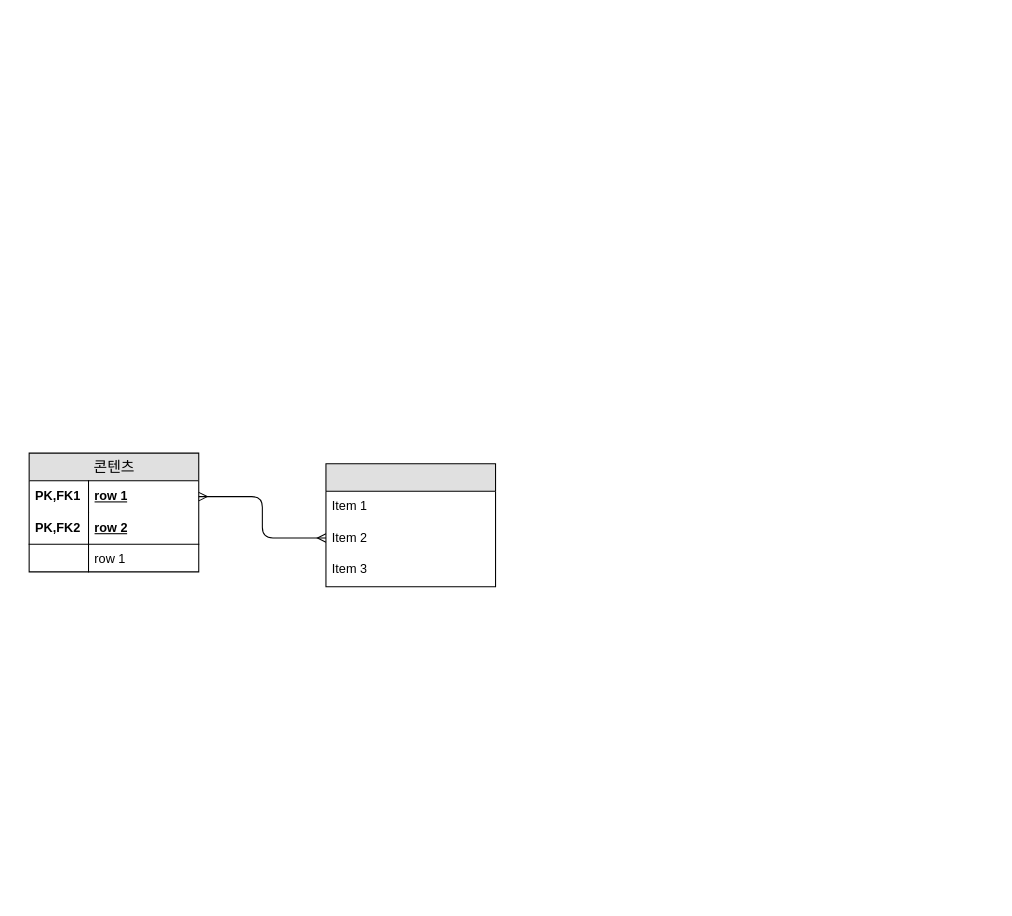
The draw.io diagram 제목 없는 다이어그램.drawio in msgggg1/Netflix-DB-modeling, before the edit. Source tidied: cells renumbered, new cells numbered last; positions are measured from the earlier drawing's top-left corner, leaving out a move shared by most shapes. Both pictures are drawn from the tidied source at 106%, with x=0, y=0 at pixel (29, 453).
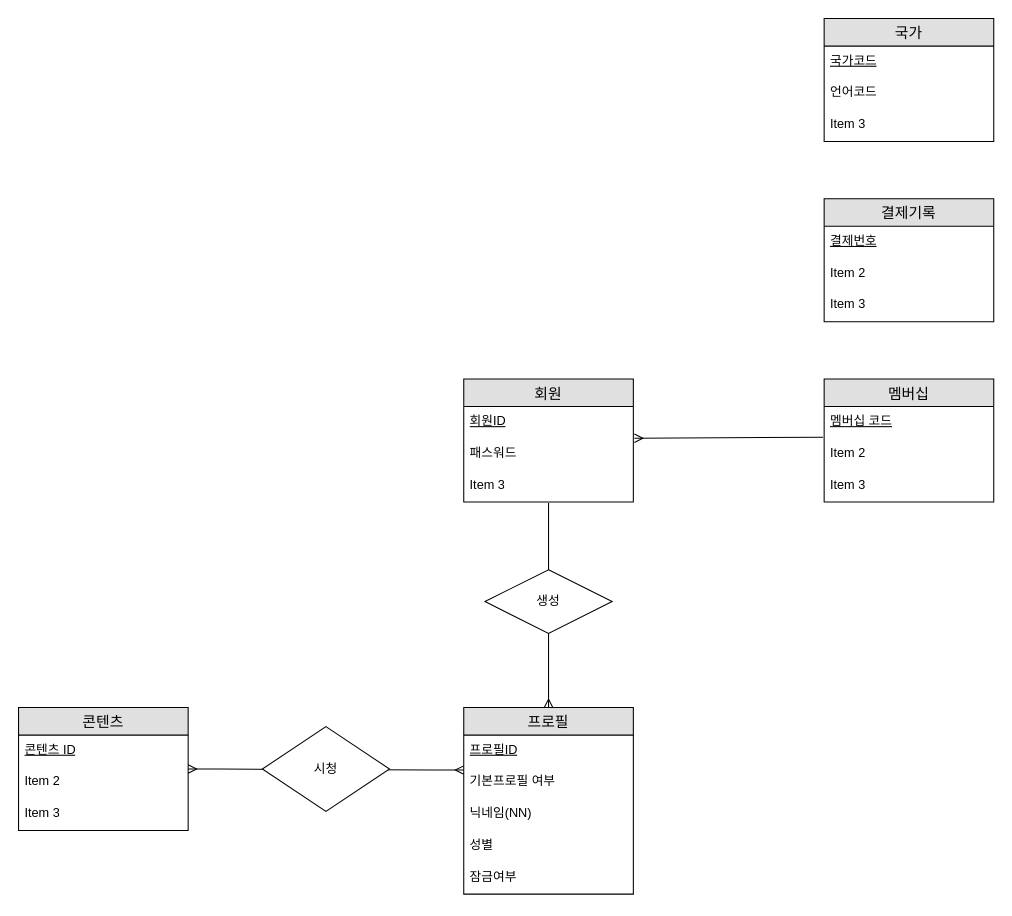
After the change.

Commit message:
제목 없는 다이어그램.drawio 업데이트

The edit, as a diff of the source:
```diff
@@
-    <mxCell id="2" value="콘텐츠" style="swimlane;html=1;fontStyle=0;horizontal=1;startSize=26;fillColor=#e0e0e0;swimlaneFillColor=#ffffff;align=center;rounded=0;shadow=0;comic=0;labelBackgroundColor=none;strokeWidth=1;fontFamily=Verdana;fontSize=14;" parent="1" vertex="1">
-      <mxGeometry width="160" height="112" as="geometry" />
-    </mxCell>
-    <mxCell id="3" value="row 1" style="shape=partialRectangle;top=0;left=0;right=0;bottom=0;html=1;align=left;verticalAlign=middle;fillColor=none;spacingLeft=60;spacingRight=4;whiteSpace=wrap;overflow=hidden;points=[[0,0.5],[1,0.5]];portConstraint=eastwest;fontStyle=5;" parent="2" vertex="1">
-      <mxGeometry y="26" width="160" height="30" as="geometry" />
-    </mxCell>
-    <mxCell id="4" value="PK,FK1" style="shape=partialRectangle;fontStyle=1;top=0;left=0;bottom=0;html=1;fillColor=none;align=left;verticalAlign=middle;spacingLeft=4;spacingRight=4;whiteSpace=wrap;overflow=hidden;" parent="3" vertex="1">
-      <mxGeometry width="56" height="30" as="geometry" />
-    </mxCell>
-    <mxCell id="5" value="row 2" style="shape=partialRectangle;top=0;left=0;right=0;bottom=1;html=1;align=left;verticalAlign=middle;fillColor=none;spacingLeft=60;spacingRight=4;whiteSpace=wrap;overflow=hidden;fontStyle=5;" parent="2" vertex="1">
-      <mxGeometry y="56" width="160" height="30" as="geometry" />
-    </mxCell>
-    <mxCell id="6" value="PK,FK2" style="shape=partialRectangle;fontStyle=1;top=0;left=0;bottom=0;html=1;fillColor=none;align=left;verticalAlign=middle;spacingLeft=4;spacingRight=4;whiteSpace=wrap;overflow=hidden;" parent="5" vertex="1">
-      <mxGeometry width="56" height="30" as="geometry" />
-    </mxCell>
-    <mxCell id="7" value="row 1" style="shape=partialRectangle;top=0;left=0;right=0;bottom=0;html=1;align=left;verticalAlign=top;fillColor=none;spacingLeft=60;spacingRight=4;whiteSpace=wrap;overflow=hidden;" parent="2" vertex="1">
-      <mxGeometry y="86" width="160" height="26" as="geometry" />
-    </mxCell>
-    <mxCell id="8" style="shape=partialRectangle;top=0;left=0;bottom=0;html=1;fillColor=none;align=left;verticalAlign=top;spacingLeft=4;spacingRight=4;whiteSpace=wrap;overflow=hidden;" parent="7" vertex="1">
-      <mxGeometry width="56" height="26" as="geometry" />
-    </mxCell>
-    <mxCell id="9" style="edgeStyle=orthogonalEdgeStyle;html=1;endArrow=ERmany;startArrow=ERmany;labelBackgroundColor=none;fontFamily=Verdana;fontSize=14;entryX=1;entryY=0.5;exitX=0;exitY=0.383;exitPerimeter=0;" parent="1" edge="1" target="3">
-      <mxGeometry relative="1" as="geometry">
-        <mxPoint x="280" y="80" as="sourcePoint" />
-        <Array as="points">
-          <mxPoint x="220" y="80" />
-          <mxPoint x="220" y="41" />
-        </Array>
-      </mxGeometry>
-    </mxCell>
-    <mxCell id="10" style="swimlane;fontStyle=0;horizontal=1;startSize=26;align=center;fontSize=14;textShadow=0;fillColor=light-dark(#e0e0e0, #ededed);" parent="1" vertex="1">
-      <mxGeometry x="280" y="10" width="160" height="116" as="geometry" />
+    <mxCell id="10" value="회원" style="swimlane;fontStyle=0;horizontal=1;startSize=26;align=center;fontSize=14;textShadow=0;fillColor=light-dark(#e0e0e0, #ededed);" parent="1" vertex="1">
+      <mxGeometry x="410" y="-70" width="160" height="116" as="geometry" />
     </mxCell>
-    <mxCell id="11" value="Item 1" style="text;strokeColor=none;fillColor=none;spacingLeft=4;spacingRight=4;overflow=hidden;points=[[0,0.5],[1,0.5]];portConstraint=eastwest;fontSize=12;whiteSpace=wrap;html=1;" parent="10" vertex="1">
+    <mxCell id="11" value="&lt;u&gt;회원ID&lt;/u&gt;" style="text;strokeColor=none;fillColor=none;spacingLeft=4;spacingRight=4;overflow=hidden;points=[[0,0.5],[1,0.5]];portConstraint=eastwest;fontSize=12;whiteSpace=wrap;html=1;" parent="10" vertex="1">
       <mxGeometry y="26" width="160" height="30" as="geometry" />
     </mxCell>
-    <mxCell id="12" value="Item 2" style="text;strokeColor=none;fillColor=none;spacingLeft=4;spacingRight=4;overflow=hidden;fontSize=12;whiteSpace=wrap;html=1;" parent="10" vertex="1">
+    <mxCell id="12" value="패스워드" style="text;strokeColor=none;fillColor=none;spacingLeft=4;spacingRight=4;overflow=hidden;fontSize=12;whiteSpace=wrap;html=1;" parent="10" vertex="1">
       <mxGeometry y="56" width="160" height="30" as="geometry" />
     </mxCell>
@@
+    <mxCell id="2" value="콘텐츠" style="swimlane;fontStyle=0;horizontal=1;startSize=26;align=center;fontSize=14;textShadow=0;fillColor=light-dark(#e0e0e0, #ededed);" parent="1" vertex="1">
+      <mxGeometry x="-10" y="240" width="160" height="116" as="geometry" />
+    </mxCell>
+    <mxCell id="14" value="&lt;u&gt;콘텐츠 ID&lt;/u&gt;" style="text;strokeColor=none;fillColor=none;spacingLeft=4;spacingRight=4;overflow=hidden;fontSize=12;whiteSpace=wrap;html=1;" parent="2" vertex="1">
+      <mxGeometry y="26" width="160" height="30" as="geometry" />
+    </mxCell>
+    <mxCell id="15" value="Item 2" style="text;strokeColor=none;fillColor=none;spacingLeft=4;spacingRight=4;overflow=hidden;fontSize=12;whiteSpace=wrap;html=1;" parent="2" vertex="1">
+      <mxGeometry y="56" width="160" height="30" as="geometry" />
+    </mxCell>
+    <mxCell id="16" value="Item 3" style="text;strokeColor=none;fillColor=none;spacingLeft=4;spacingRight=4;overflow=hidden;fontSize=12;whiteSpace=wrap;html=1;" parent="2" vertex="1">
+      <mxGeometry y="86" width="160" height="30" as="geometry" />
+    </mxCell>
+    <mxCell id="17" style="edgeStyle=entityRelationEdgeStyle;fontSize=12;html=1;endArrow=ERmany;startArrow=ERmany;rounded=0;entryX=0;entryY=0.5;entryDx=0;entryDy=0;" parent="1" edge="1">
+      <mxGeometry relative="1" as="geometry">
+        <mxPoint x="150" y="298" as="sourcePoint" />
+        <mxPoint x="410" y="299" as="targetPoint" />
+      </mxGeometry>
+    </mxCell>
+    <mxCell id="18" value="시청" style="shape=rhombus;perimeter=rhombusPerimeter;whiteSpace=wrap;html=1;align=center;" parent="1" vertex="1">
+      <mxGeometry x="220" y="258" width="120" height="80" as="geometry" />
+    </mxCell>
+    <mxCell id="19" value="프로필" style="swimlane;fontStyle=0;horizontal=1;startSize=26;align=center;fontSize=14;textShadow=0;fillColor=light-dark(#e0e0e0, #ededed);" parent="1" vertex="1">
+      <mxGeometry x="410" y="240" width="160" height="176" as="geometry" />
+    </mxCell>
+    <mxCell id="20" value="&lt;u&gt;프로필ID&lt;/u&gt;" style="text;strokeColor=none;fillColor=none;spacingLeft=4;spacingRight=4;overflow=hidden;fontSize=12;whiteSpace=wrap;html=1;" parent="19" vertex="1">
+      <mxGeometry y="26" width="160" height="30" as="geometry" />
+    </mxCell>
+    <mxCell id="21" value="기본프로필 여부" style="text;strokeColor=none;fillColor=none;spacingLeft=4;spacingRight=4;overflow=hidden;fontSize=12;whiteSpace=wrap;html=1;" parent="19" vertex="1">
+      <mxGeometry y="56" width="160" height="30" as="geometry" />
+    </mxCell>
+    <mxCell id="22" value="닉네임(NN)" style="text;strokeColor=none;fillColor=none;spacingLeft=4;spacingRight=4;overflow=hidden;fontSize=12;whiteSpace=wrap;html=1;" parent="19" vertex="1">
+      <mxGeometry y="86" width="160" height="30" as="geometry" />
+    </mxCell>
+    <mxCell id="23" value="성별" style="text;strokeColor=none;fillColor=none;spacingLeft=4;spacingRight=4;overflow=hidden;fontSize=12;whiteSpace=wrap;html=1;" parent="19" vertex="1">
+      <mxGeometry y="116" width="160" height="30" as="geometry" />
+    </mxCell>
+    <mxCell id="24" value="잠금여부" style="text;strokeColor=none;fillColor=none;spacingLeft=4;spacingRight=4;overflow=hidden;fontSize=12;whiteSpace=wrap;html=1;" parent="19" vertex="1">
+      <mxGeometry y="146" width="160" height="30" as="geometry" />
+    </mxCell>
+    <mxCell id="25" style="fontSize=12;html=1;endArrow=ERmany;rounded=0;entryX=0.5;entryY=0;entryDx=0;entryDy=0;" parent="1" edge="1" target="19">
+      <mxGeometry relative="1" as="geometry">
+        <mxPoint x="490" y="47" as="sourcePoint" />
+      </mxGeometry>
+    </mxCell>
+    <mxCell id="26" value="생성" style="shape=rhombus;perimeter=rhombusPerimeter;whiteSpace=wrap;html=1;align=center;" parent="1" vertex="1">
+      <mxGeometry x="430" y="110" width="120" height="60" as="geometry" />
+    </mxCell>
+    <mxCell id="27" value="멤버십" style="swimlane;fontStyle=0;horizontal=1;startSize=26;align=center;fontSize=14;textShadow=0;fillColor=light-dark(#e0e0e0, #ededed);" parent="1" vertex="1">
+      <mxGeometry x="750" y="-70" width="160" height="116" as="geometry" />
+    </mxCell>
+    <mxCell id="28" value="&lt;u&gt;멤버십 코드&lt;/u&gt;" style="text;strokeColor=none;fillColor=none;spacingLeft=4;spacingRight=4;overflow=hidden;fontSize=12;whiteSpace=wrap;html=1;" parent="27" vertex="1">
+      <mxGeometry y="26" width="160" height="30" as="geometry" />
+    </mxCell>
+    <mxCell id="29" value="Item 2" style="text;strokeColor=none;fillColor=none;spacingLeft=4;spacingRight=4;overflow=hidden;fontSize=12;whiteSpace=wrap;html=1;" parent="27" vertex="1">
+      <mxGeometry y="56" width="160" height="30" as="geometry" />
+    </mxCell>
+    <mxCell id="30" value="Item 3" style="text;strokeColor=none;fillColor=none;spacingLeft=4;spacingRight=4;overflow=hidden;fontSize=12;whiteSpace=wrap;html=1;" parent="27" vertex="1">
+      <mxGeometry y="86" width="160" height="30" as="geometry" />
+    </mxCell>
+    <mxCell id="31" style="fontSize=12;html=1;endArrow=ERmany;rounded=0;entryX=1.006;entryY=1;entryDx=0;entryDy=0;entryPerimeter=0;" parent="1" edge="1" target="11">
+      <mxGeometry relative="1" as="geometry">
+        <mxPoint x="749" y="-15" as="sourcePoint" />
+      </mxGeometry>
+    </mxCell>
+    <mxCell id="32" value="결제기록" style="swimlane;fontStyle=0;horizontal=1;startSize=26;align=center;fontSize=14;textShadow=0;fillColor=light-dark(#e0e0e0, #ededed);" parent="1" vertex="1">
+      <mxGeometry x="750" y="-240" width="160" height="116" as="geometry" />
+    </mxCell>
+    <mxCell id="33" value="&lt;u&gt;결제번호&lt;/u&gt;" style="text;strokeColor=none;fillColor=none;spacingLeft=4;spacingRight=4;overflow=hidden;fontSize=12;whiteSpace=wrap;html=1;" parent="32" vertex="1">
+      <mxGeometry y="26" width="160" height="30" as="geometry" />
+    </mxCell>
+    <mxCell id="34" value="Item 2" style="text;strokeColor=none;fillColor=none;spacingLeft=4;spacingRight=4;overflow=hidden;fontSize=12;whiteSpace=wrap;html=1;" parent="32" vertex="1">
+      <mxGeometry y="56" width="160" height="30" as="geometry" />
+    </mxCell>
+    <mxCell id="35" value="Item 3" style="text;strokeColor=none;fillColor=none;spacingLeft=4;spacingRight=4;overflow=hidden;fontSize=12;whiteSpace=wrap;html=1;" parent="32" vertex="1">
+      <mxGeometry y="86" width="160" height="30" as="geometry" />
+    </mxCell>
+    <mxCell id="36" value="국가" style="swimlane;fontStyle=0;horizontal=1;startSize=26;align=center;fontSize=14;textShadow=0;fillColor=light-dark(#e0e0e0, #ededed);" parent="1" vertex="1">
+      <mxGeometry x="750" y="-410" width="160" height="116" as="geometry" />
+    </mxCell>
+    <mxCell id="37" value="&lt;u&gt;국가코드&lt;/u&gt;" style="text;strokeColor=none;fillColor=none;spacingLeft=4;spacingRight=4;overflow=hidden;fontSize=12;whiteSpace=wrap;html=1;" parent="36" vertex="1">
+      <mxGeometry y="26" width="160" height="30" as="geometry" />
+    </mxCell>
+    <mxCell id="38" value="언어코드" style="text;strokeColor=none;fillColor=none;spacingLeft=4;spacingRight=4;overflow=hidden;fontSize=12;whiteSpace=wrap;html=1;" parent="36" vertex="1">
+      <mxGeometry y="56" width="160" height="30" as="geometry" />
+    </mxCell>
+    <mxCell id="39" value="Item 3" style="text;strokeColor=none;fillColor=none;spacingLeft=4;spacingRight=4;overflow=hidden;fontSize=12;whiteSpace=wrap;html=1;" parent="36" vertex="1">
+      <mxGeometry y="86" width="160" height="30" as="geometry" />
+    </mxCell>
```
